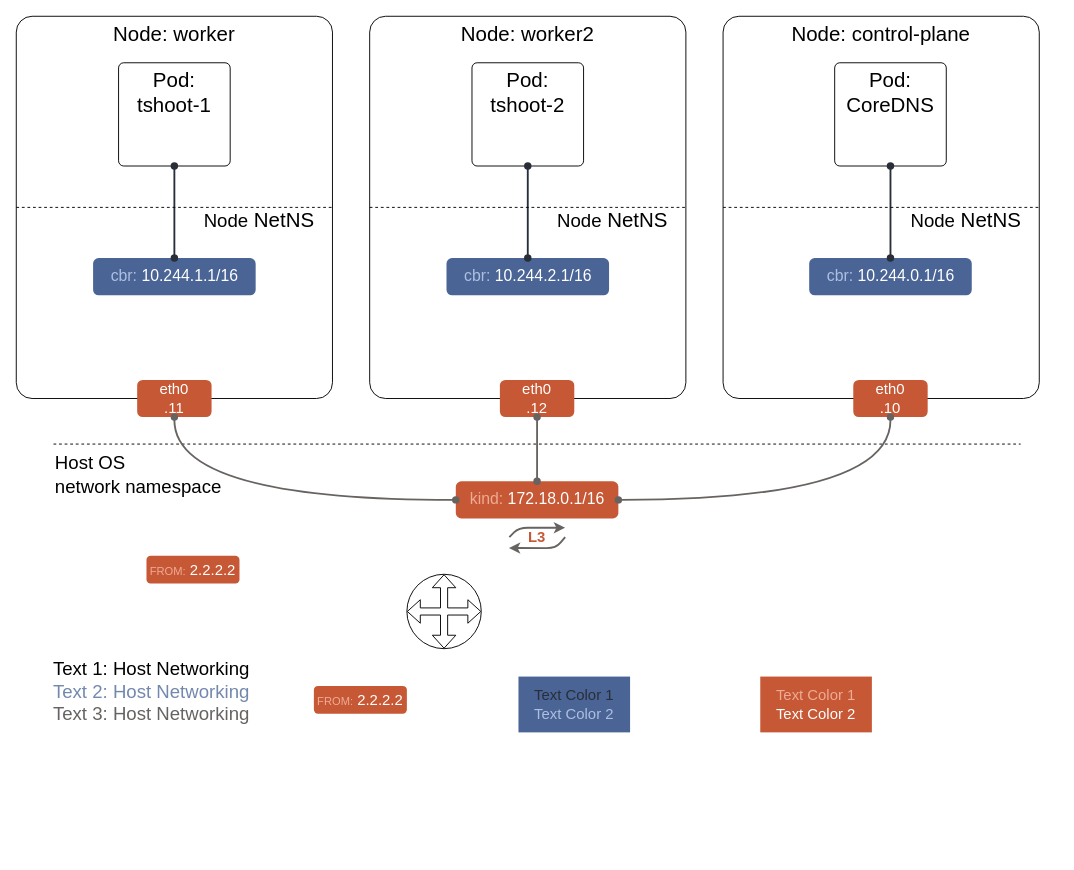
networkop/tkng-labs keeps this draw.io diagram as page "templates" (7 of 13) of diagrams/k8s-guide.drawio. Above is the earlier version. Source tidied: cells renumbered, new cells numbered last; positions are measured from the earlier drawing's top-left corner, leaving out a move shared by most shapes. Both pictures are drawn from the tidied source at 93%, with x=0, y=0 at pixel (16, 16).
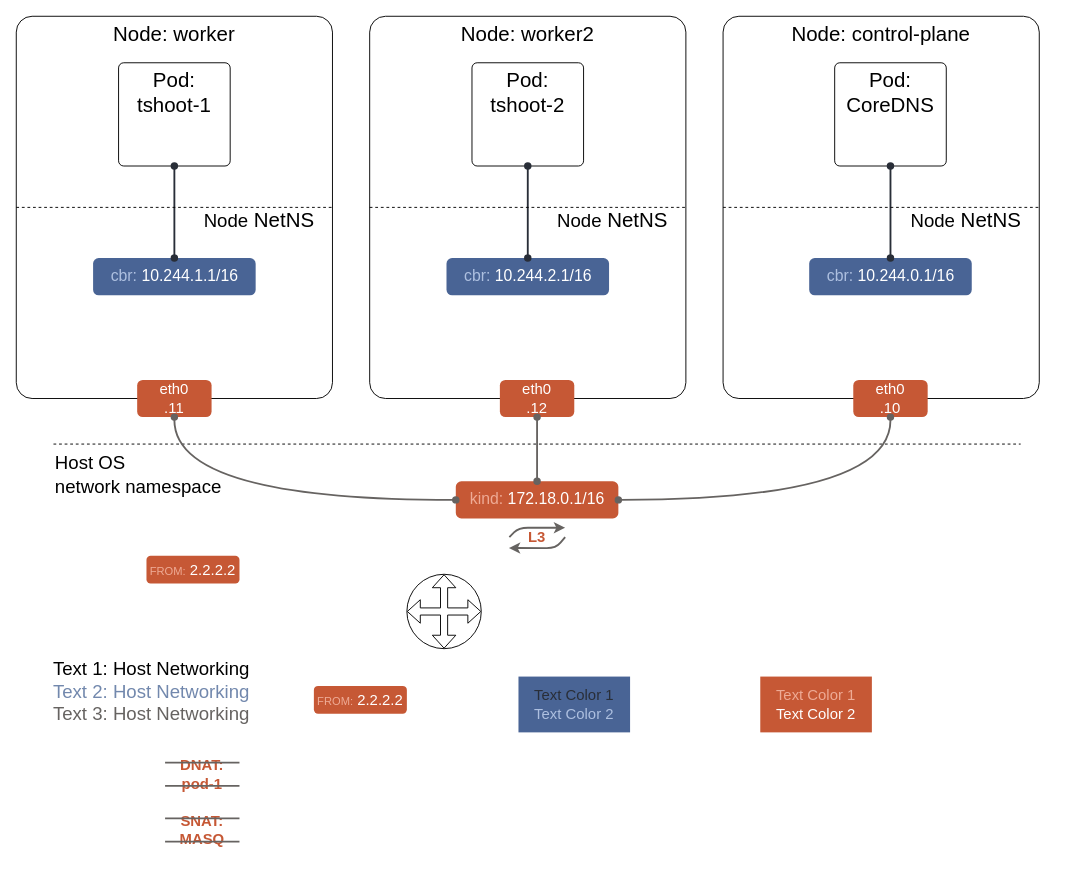
The same page after the edit.

What changed in the source:
```diff
@@
+    <mxCell id="43" value="&lt;font color=&quot;#C65835&quot;&gt;&lt;b&gt;&lt;span&gt;DNAT: pod-1&lt;/span&gt;&lt;/b&gt;&lt;/font&gt;" style="rounded=0;whiteSpace=wrap;html=1;labelBackgroundColor=none;fillColor=none;gradientColor=none;fontFamily=PT Sans Narrow;fontSize=16;strokeColor=none;fontColor=#666361;" parent="1" vertex="1">
+      <mxGeometry x="160" y="790" width="80" height="50" as="geometry" />
+    </mxCell>
+    <mxCell id="44" style="endArrow=none;html=1;strokeColor=#666361;strokeWidth=2;fontFamily=PT Sans Narrow;fontSize=16;exitX=0;exitY=0.25;exitDx=0;exitDy=0;entryX=1;entryY=0.25;entryDx=0;entryDy=0;endFill=0;" parent="1" edge="1" source="43" target="43">
+      <mxGeometry x="-120" y="-90" as="geometry" />
+    </mxCell>
+    <mxCell id="45" style="endArrow=none;html=1;strokeColor=#666361;strokeWidth=2;fontFamily=PT Sans Narrow;fontSize=16;entryX=0;entryY=0.75;entryDx=0;entryDy=0;endFill=0;exitX=1;exitY=0.75;exitDx=0;exitDy=0;" parent="1" edge="1" source="43" target="43">
+      <mxGeometry x="-120" y="-90" as="geometry" />
+    </mxCell>
+    <mxCell id="46" value="&lt;font color=&quot;#C65835&quot;&gt;&lt;b&gt;&lt;span&gt;SNAT: MASQ&lt;/span&gt;&lt;/b&gt;&lt;/font&gt;" style="rounded=0;whiteSpace=wrap;html=1;labelBackgroundColor=none;fillColor=none;gradientColor=none;fontFamily=PT Sans Narrow;fontSize=16;strokeColor=none;fontColor=#666361;" parent="1" vertex="1">
+      <mxGeometry x="160" y="850" width="80" height="50" as="geometry" />
+    </mxCell>
+    <mxCell id="47" style="endArrow=none;html=1;strokeColor=#666361;strokeWidth=2;fontFamily=PT Sans Narrow;fontSize=16;exitX=0;exitY=0.25;exitDx=0;exitDy=0;entryX=1;entryY=0.25;entryDx=0;entryDy=0;endFill=0;" parent="1" edge="1" source="46" target="46">
+      <mxGeometry x="-120" y="-30" as="geometry" />
+    </mxCell>
+    <mxCell id="48" style="endArrow=none;html=1;strokeColor=#666361;strokeWidth=2;fontFamily=PT Sans Narrow;fontSize=16;entryX=0;entryY=0.75;entryDx=0;entryDy=0;endFill=0;exitX=1;exitY=0.75;exitDx=0;exitDy=0;" parent="1" edge="1" source="46" target="46">
+      <mxGeometry x="-120" y="-30" as="geometry" />
+    </mxCell>
```
